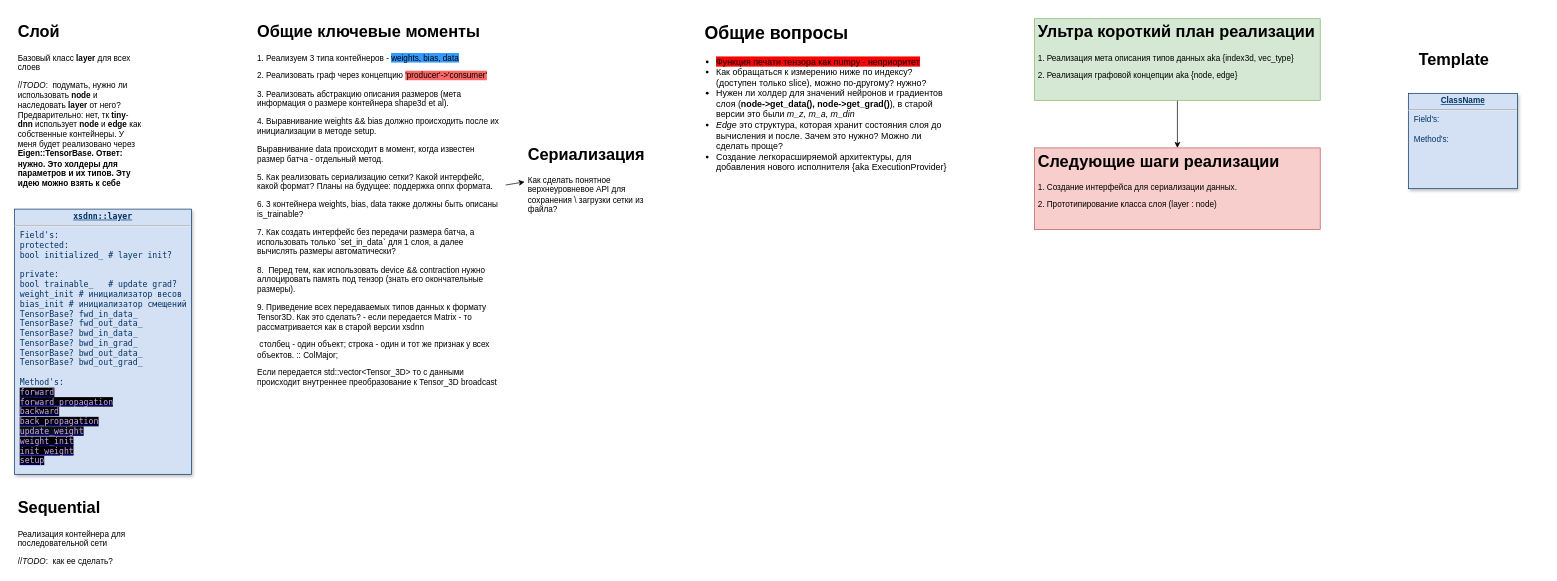
The draw.io diagram page "xsdnn::main" (1 of 10) of logic.drawio in xsdnn/xsdnn, before the edit. Source tidied: cells renumbered, new cells numbered last; positions are measured from the earlier drawing's top-left corner, leaving out a move shared by most shapes. Both pictures are drawn from the tidied source at 68%, with x=0, y=0 at pixel (14, 18).
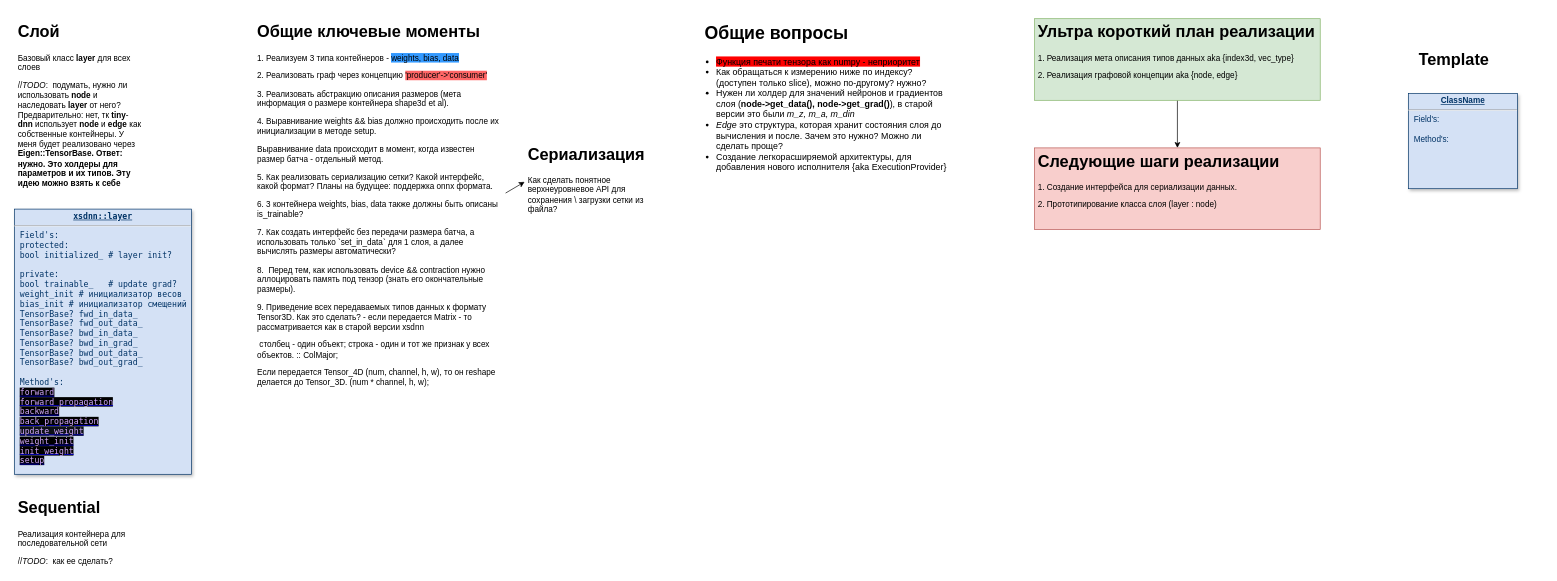
Above is the later version.

What changed in the source:
```diff
@@
 <mxGraphModel>
   <root>
     <mxCell id="0" />
     <mxCell id="1" parent="0" />
     <mxCell id="2" value="&lt;p style=&quot;margin: 0px; margin-top: 4px; text-align: center; text-decoration: underline;&quot;&gt;&lt;strong&gt;ClassName&lt;/strong&gt;&lt;/p&gt;&lt;hr&gt;&lt;p style=&quot;margin: 0px; margin-left: 8px;&quot;&gt;Field's:&lt;/p&gt;&lt;p style=&quot;margin: 0px; margin-left: 8px;&quot;&gt;&lt;br&gt;&lt;/p&gt;&lt;p style=&quot;margin: 0px; margin-left: 8px;&quot;&gt;Method's:&lt;/p&gt;" style="verticalAlign=top;align=left;overflow=fill;fontSize=12;fontFamily=Helvetica;html=1;strokeColor=#003366;shadow=1;fillColor=#D4E1F5;fontColor=#003366;" parent="1" vertex="1">
       <mxGeometry x="2050" y="110" width="160" height="140" as="geometry" />
     </mxCell>
     <mxCell id="3" value="&lt;h1&gt;Слой&lt;/h1&gt;&lt;p&gt;Базовый класс &lt;b&gt;layer &lt;/b&gt;для всех слоев&lt;/p&gt;&lt;p&gt;&lt;span style=&quot;text-align: center;&quot;&gt;//&lt;i&gt;TODO&lt;/i&gt;:&amp;nbsp; подумать, нужно ли использовать &lt;b&gt;node&lt;/b&gt; и наследовать &lt;b&gt;layer&lt;/b&gt; от него? Предварительно: нет, тк &lt;b&gt;tiny&lt;/b&gt;-&lt;b&gt;dnn&lt;/b&gt; использует &lt;b&gt;node&lt;/b&gt; и &lt;b&gt;edge&lt;/b&gt; как собственные контейнеры. У меня будет реализовано через &lt;b&gt;Eigen::TensorBase. Ответ: нужно. Это холдеры для параметров и их типов. Эту идею можно взять к себе&lt;/b&gt;&lt;/span&gt;&lt;br&gt;&lt;/p&gt;&lt;p&gt;&lt;br&gt;&lt;/p&gt;" style="text;html=1;strokeColor=none;fillColor=none;spacing=5;spacingTop=-20;whiteSpace=wrap;overflow=hidden;rounded=0;" parent="1" vertex="1">
       <mxGeometry width="190" height="250" as="geometry" />
     </mxCell>
     <mxCell id="4" value="&lt;h1&gt;Template&lt;/h1&gt;" style="text;html=1;strokeColor=none;fillColor=none;spacing=5;spacingTop=-20;whiteSpace=wrap;overflow=hidden;rounded=0;" parent="1" vertex="1">
       <mxGeometry x="2060" y="40" width="190" height="50" as="geometry" />
     </mxCell>
     <mxCell id="5" value="&lt;p style=&quot;margin: 0px; margin-top: 4px; text-align: center; text-decoration: underline;&quot;&gt;&lt;b&gt;xsdnn::layer&lt;/b&gt;&lt;/p&gt;&lt;hr&gt;&lt;p style=&quot;margin: 0px; margin-left: 8px;&quot;&gt;Field's:&lt;/p&gt;&lt;p style=&quot;margin: 0px; margin-left: 8px;&quot;&gt;protected:&lt;/p&gt;&lt;p style=&quot;margin: 0px; margin-left: 8px;&quot;&gt;bool initialized_ # layer init?&lt;/p&gt;&lt;p style=&quot;margin: 0px; margin-left: 8px;&quot;&gt;&lt;br&gt;&lt;/p&gt;&lt;p style=&quot;margin: 0px; margin-left: 8px;&quot;&gt;private:&lt;/p&gt;&lt;p style=&quot;margin: 0px 0px 0px 8px;&quot;&gt;bool trainable_&amp;nbsp; &amp;nbsp;# update grad?&lt;/p&gt;&lt;p style=&quot;margin: 0px 0px 0px 8px;&quot;&gt;weight_init # инициализатор весов&lt;/p&gt;&lt;p style=&quot;margin: 0px 0px 0px 8px;&quot;&gt;bias_init # инициализатор смещений&lt;/p&gt;&lt;p style=&quot;margin: 0px; margin-left: 8px;&quot;&gt;TensorBase? fwd_in_data_&lt;/p&gt;&lt;p style=&quot;margin: 0px; margin-left: 8px;&quot;&gt;TensorBase? fwd_out_data_&lt;br&gt;&lt;/p&gt;&lt;p style=&quot;margin: 0px; margin-left: 8px;&quot;&gt;TensorBase? bwd_in_data_&lt;br&gt;&lt;/p&gt;&lt;p style=&quot;margin: 0px; margin-left: 8px;&quot;&gt;TensorBase? bwd_in_grad_&lt;br&gt;&lt;/p&gt;&lt;p style=&quot;margin: 0px; margin-left: 8px;&quot;&gt;TensorBase? bwd_out_data_&lt;br&gt;&lt;/p&gt;&lt;p style=&quot;margin: 0px; margin-left: 8px;&quot;&gt;TensorBase? bwd_out_grad_&lt;br&gt;&lt;/p&gt;&lt;p style=&quot;margin: 0px; margin-left: 8px;&quot;&gt;&lt;br&gt;&lt;/p&gt;&lt;p style=&quot;margin: 0px; margin-left: 8px;&quot;&gt;Method's:&lt;/p&gt;&lt;p style=&quot;margin: 0px; margin-left: 8px;&quot;&gt;&lt;a href=&quot;data:page/id,acLyr5f8MV2qwVlqdKkI&quot;&gt;&lt;font face=&quot;ui-monospace, SFMono-Regular, SF Mono, Menlo, Consolas, Liberation Mono, monospace&quot; color=&quot;#d2a8ff&quot; style=&quot;background-color: rgb(0, 0, 0);&quot;&gt;forward&lt;/font&gt;&lt;/a&gt;&lt;/p&gt;&lt;p style=&quot;margin: 0px; margin-left: 8px;&quot;&gt;&lt;a href=&quot;data:page/id,P51iXEZZl-BP7aw9WZGj&quot;&gt;&lt;font face=&quot;ui-monospace, SFMono-Regular, SF Mono, Menlo, Consolas, Liberation Mono, monospace&quot; color=&quot;#d2a8ff&quot; style=&quot;background-color: rgb(0, 0, 0);&quot;&gt;forward_propagation&lt;/font&gt;&lt;/a&gt;&lt;/p&gt;&lt;p style=&quot;margin: 0px; margin-left: 8px;&quot;&gt;&lt;a href=&quot;data:page/id,9vZ8QekkStvvB2-BGn0U&quot;&gt;&lt;font face=&quot;ui-monospace, SFMono-Regular, SF Mono, Menlo, Consolas, Liberation Mono, monospace&quot; color=&quot;#d2a8ff&quot; style=&quot;background-color: rgb(0, 0, 0);&quot;&gt;backward&lt;/font&gt;&lt;/a&gt;&lt;/p&gt;&lt;p style=&quot;margin: 0px; margin-left: 8px;&quot;&gt;&lt;a href=&quot;data:page/id,YzGOiIOgP3fO_uxTNOQc&quot;&gt;&lt;font face=&quot;ui-monospace, SFMono-Regular, SF Mono, Menlo, Consolas, Liberation Mono, monospace&quot; color=&quot;#d2a8ff&quot; style=&quot;background-color: rgb(0, 0, 0);&quot;&gt;back_propagation&lt;/font&gt;&lt;/a&gt;&lt;/p&gt;&lt;p style=&quot;margin: 0px; margin-left: 8px;&quot;&gt;&lt;span style=&quot;font-family: ui-monospace, SFMono-Regular, &amp;quot;SF Mono&amp;quot;, Menlo, Consolas, &amp;quot;Liberation Mono&amp;quot;, monospace; background-color: rgb(13, 17, 23);&quot;&gt;&lt;a style=&quot;&quot; href=&quot;data:page/id,1ntwXYWYcS74xLM6uAJB&quot;&gt;&lt;font color=&quot;#d2a8ff&quot;&gt;update_weight&lt;/font&gt;&lt;/a&gt;&lt;/span&gt;&lt;br&gt;&lt;/p&gt;&lt;p style=&quot;margin: 0px; margin-left: 8px;&quot;&gt;&lt;a style=&quot;background-color: rgb(0, 0, 0);&quot; href=&quot;data:page/id,imFPhnd7Cz6RNdqDAHEO&quot;&gt;&lt;font face=&quot;ui-monospace, SFMono-Regular, SF Mono, Menlo, Consolas, Liberation Mono, monospace&quot; color=&quot;#d2a8ff&quot;&gt;weight_init&lt;/font&gt;&lt;/a&gt;&lt;/p&gt;&lt;p style=&quot;margin: 0px; margin-left: 8px;&quot;&gt;&lt;a style=&quot;background-color: rgb(0, 0, 0);&quot; href=&quot;data:page/id,p6dzrHT5QFA6u9v4Chr_&quot;&gt;&lt;font color=&quot;#d2a8ff&quot;&gt;init_weight&lt;/font&gt;&lt;/a&gt;&lt;/p&gt;&lt;p style=&quot;margin: 0px; margin-left: 8px;&quot;&gt;&lt;a style=&quot;background-color: rgb(0, 0, 0);&quot; href=&quot;data:page/id,uzz6QVAgYd6YLyIYvyyA&quot;&gt;&lt;font color=&quot;#d2a8ff&quot;&gt;setup&lt;/font&gt;&lt;/a&gt;&lt;/p&gt;" style="verticalAlign=top;align=left;overflow=fill;fontSize=12;fontFamily=ui-monospace, SFMono-Regular, &quot;SF Mono&quot;, Menlo, Consolas, &quot;Liberation Mono&quot;, monospace;html=1;strokeColor=#003366;shadow=1;fillColor=#D4E1F5;fontColor=#003366;" parent="1" vertex="1">
       <mxGeometry y="280" width="260" height="390" as="geometry" />
     </mxCell>
     <mxCell id="6" value="&lt;h1&gt;Сериализация&lt;/h1&gt;&lt;p&gt;Как сделать понятное верхнеуровневое API для сохранения \ загрузки сетки из файла?&amp;nbsp;&lt;/p&gt;" style="text;html=1;strokeColor=none;fillColor=none;spacing=5;spacingTop=-20;whiteSpace=wrap;overflow=hidden;rounded=0;" parent="1" vertex="1">
       <mxGeometry x="750" y="180" width="190" height="120" as="geometry" />
     </mxCell>
     <mxCell id="7" value="&lt;h1&gt;Общие вопросы&lt;/h1&gt;&lt;p&gt;&lt;br&gt;&lt;/p&gt;" style="text;html=1;strokeColor=none;fillColor=none;spacing=5;spacingTop=-20;whiteSpace=wrap;overflow=hidden;rounded=0;fontSize=13;" parent="1" vertex="1">
       <mxGeometry x="1010" width="270" height="120" as="geometry" />
     </mxCell>
     <mxCell id="8" value="&lt;ul&gt;&lt;li&gt;&lt;span style=&quot;background-color: rgb(255, 0, 0);&quot;&gt;Функция печати тензора как numpy - неприоритет&lt;/span&gt;&lt;/li&gt;&lt;li&gt;Как обращаться к измерению ниже по индексу? (доступен только slice), можно по-другому? нужно?&amp;nbsp;&lt;/li&gt;&lt;li&gt;Нужен ли холдер для значений нейронов и градиентов слоя (&lt;b&gt;node-&amp;gt;get_data(), node-&amp;gt;get_grad()&lt;/b&gt;), в старой версии это были &lt;i&gt;m_z, m_a, m_din&lt;/i&gt;&lt;/li&gt;&lt;li&gt;&lt;i&gt;Edge &lt;/i&gt;это структура, которая хранит состояния слоя до вычисления и после. Зачем это нужно? Можно ли сделать проще?&lt;/li&gt;&lt;li&gt;Создание легкорасширяемой архитектуры, для добавления нового исполнителя {aka ExecutionProvider}&lt;/li&gt;&lt;/ul&gt;" style="text;strokeColor=none;fillColor=none;html=1;whiteSpace=wrap;verticalAlign=middle;overflow=hidden;fontSize=13;" parent="1" vertex="1">
       <mxGeometry x="990" y="40" width="390" height="190" as="geometry" />
     </mxCell>
     <mxCell id="9" value="&lt;h1&gt;Sequential&lt;/h1&gt;&lt;p&gt;Реализация контейнера для&amp;nbsp; последовательной сети&lt;/p&gt;&lt;p&gt;&lt;span style=&quot;text-align: center;&quot;&gt;//&lt;i&gt;TODO&lt;/i&gt;:&amp;nbsp; как ее сделать?&lt;/span&gt;&lt;br&gt;&lt;/p&gt;&lt;p&gt;&lt;br&gt;&lt;/p&gt;" style="text;html=1;strokeColor=none;fillColor=none;spacing=5;spacingTop=-20;whiteSpace=wrap;overflow=hidden;rounded=0;" parent="1" vertex="1">
       <mxGeometry y="700" width="190" height="110" as="geometry" />
     </mxCell>
-    <mxCell id="10" value="&lt;h1&gt;Общие ключевые моменты&lt;/h1&gt;&lt;p&gt;1. Реализуем 3 типа контейнеров - &lt;span style=&quot;background-color: rgb(51, 153, 255);&quot;&gt;weights, bias, data&lt;/span&gt;&lt;/p&gt;&lt;p&gt;2. Реализовать граф через концепцию &lt;span style=&quot;background-color: rgb(255, 102, 102);&quot;&gt;'producer'-&amp;gt;'consumer'&lt;/span&gt;&lt;/p&gt;&lt;p&gt;3. Реализовать абстракцию описания размеров (мета информация о размере контейнера shape3d et al).&amp;nbsp;&lt;/p&gt;&lt;p&gt;4. Выравнивание weights &amp;amp;&amp;amp; bias должно происходить после их инициализации в методе setup.&lt;/p&gt;&lt;p&gt;Выравнивание data происходит в момент, когда известен размер батча - отдельный метод.&lt;/p&gt;&lt;p&gt;5. Как реализовать сериализацию сетки? Какой интерфейс, какой формат? Планы на будущее: поддержка onnx формата.&lt;/p&gt;&lt;p&gt;6. 3 контейнера weights, bias, data также должны быть описаны is_trainable?&amp;nbsp;&lt;/p&gt;&lt;p&gt;7. Как создать интерфейс без передачи размера батча, а использовать только `set_in_data` для 1 слоя, а далее вычислять размеры автоматически?&lt;/p&gt;&lt;p&gt;8.&amp;nbsp; Перед тем, как использовать device &amp;amp;&amp;amp; contraction нужно аллоцировать память под тензор (знать его окончательные размеры).&lt;/p&gt;&lt;p&gt;9. Приведение всех передаваемых типов данных к формату Tensor3D. Как это сделать? - если передается Matrix - то рассматривается как в старой версии xsdnn&lt;/p&gt;&lt;p&gt;&amp;nbsp;столбец - один объект; строка - один и тот же признак у всех объектов. :: ColMajor;&lt;/p&gt;&lt;p&gt;Если передается std::vector&amp;lt;Tensor_3D&amp;gt; то с данными происходит внутреннее преобразование к Tensor_3D broadcast&lt;/p&gt;" style="text;html=1;strokeColor=none;fillColor=none;spacing=5;spacingTop=-20;whiteSpace=wrap;overflow=hidden;rounded=0;" parent="1" vertex="1">
-      <mxGeometry x="352" width="370" height="550" as="geometry" />
+    <mxCell id="10" value="&lt;h1&gt;Общие ключевые моменты&lt;/h1&gt;&lt;p&gt;1. Реализуем 3 типа контейнеров - &lt;span style=&quot;background-color: rgb(51, 153, 255);&quot;&gt;weights, bias, data&lt;/span&gt;&lt;/p&gt;&lt;p&gt;2. Реализовать граф через концепцию &lt;span style=&quot;background-color: rgb(255, 102, 102);&quot;&gt;'producer'-&amp;gt;'consumer'&lt;/span&gt;&lt;/p&gt;&lt;p&gt;3. Реализовать абстракцию описания размеров (мета информация о размере контейнера shape3d et al).&amp;nbsp;&lt;/p&gt;&lt;p&gt;4. Выравнивание weights &amp;amp;&amp;amp; bias должно происходить после их инициализации в методе setup.&lt;/p&gt;&lt;p&gt;Выравнивание data происходит в момент, когда известен размер батча - отдельный метод.&lt;/p&gt;&lt;p&gt;5. Как реализовать сериализацию сетки? Какой интерфейс, какой формат? Планы на будущее: поддержка onnx формата.&lt;/p&gt;&lt;p&gt;6. 3 контейнера weights, bias, data также должны быть описаны is_trainable?&amp;nbsp;&lt;/p&gt;&lt;p&gt;7. Как создать интерфейс без передачи размера батча, а использовать только `set_in_data` для 1 слоя, а далее вычислять размеры автоматически?&lt;/p&gt;&lt;p&gt;8.&amp;nbsp; Перед тем, как использовать device &amp;amp;&amp;amp; contraction нужно аллоцировать память под тензор (знать его окончательные размеры).&lt;/p&gt;&lt;p&gt;9. Приведение всех передаваемых типов данных к формату Tensor3D. Как это сделать? - если передается Matrix - то рассматривается как в старой версии xsdnn&lt;/p&gt;&lt;p&gt;&amp;nbsp;столбец - один объект; строка - один и тот же признак у всех объектов. :: ColMajor;&lt;/p&gt;&lt;p&gt;Если передается Tensor_4D (num, channel, h, w), то он reshape делается до Tensor_3D. (num * channel, h, w);&lt;/p&gt;" style="text;html=1;strokeColor=none;fillColor=none;spacing=5;spacingTop=-20;whiteSpace=wrap;overflow=hidden;rounded=0;" parent="1" vertex="1">
+      <mxGeometry x="352" width="370" height="730" as="geometry" />
     </mxCell>
     <mxCell id="11" style="edgeStyle=orthogonalEdgeStyle;rounded=0;jettySize=auto;html=1;" parent="1" edge="1" source="12" target="14">
       <mxGeometry relative="1" as="geometry" />
     </mxCell>
     <mxCell id="12" value="&lt;h1&gt;Ультра короткий план реализации&lt;/h1&gt;&lt;p&gt;1. Реализация мета описания типов данных aka {index3d, vec_type}&lt;/p&gt;&lt;p&gt;2. Реализация графовой концепции aka {node, edge}&lt;/p&gt;" style="text;html=1;spacing=5;spacingTop=-20;whiteSpace=wrap;overflow=hidden;rounded=0;labelBackgroundColor=none;fillColor=#d5e8d4;strokeColor=#82b366;" parent="1" vertex="1">
       <mxGeometry x="1500" width="420" height="120" as="geometry" />
     </mxCell>
     <mxCell id="13" style="endArrow=classic;html=1;rounded=0;entryX=0;entryY=0.5;entryDx=0;entryDy=0;" parent="1" edge="1" source="10" target="6">
       <mxGeometry relative="1" as="geometry" />
     </mxCell>
     <mxCell id="14" value="&lt;h1&gt;Следующие шаги реализации&lt;/h1&gt;&lt;p&gt;1. Создание интерфейса для сериализации данных.&amp;nbsp;&lt;br&gt;&lt;/p&gt;&lt;p&gt;2. Прототипирование класса слоя (layer : node)&lt;/p&gt;" style="text;html=1;spacing=5;spacingTop=-20;whiteSpace=wrap;overflow=hidden;rounded=0;labelBackgroundColor=none;fillColor=#f8cecc;strokeColor=#b85450;" parent="1" vertex="1">
       <mxGeometry x="1500" y="190" width="420" height="120" as="geometry" />
     </mxCell>
   </root>
 </mxGraphModel>
```
